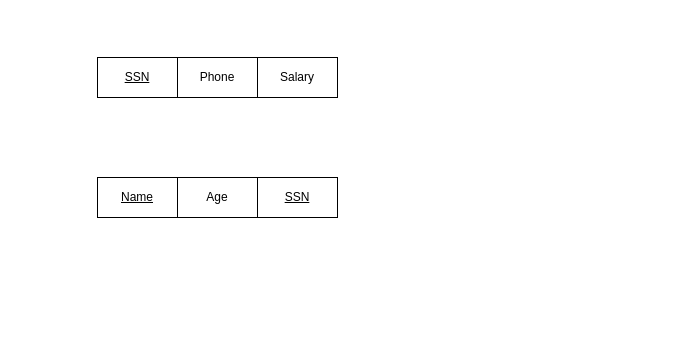
Above: fkpktk/bai1sql_b.drawio in frozenproof/dactaphanmem (draw.io), before the change. Source tidied: cells renumbered, new cells numbered last; positions are measured from the earlier drawing's top-left corner, leaving out a move shared by most shapes. Both pictures are drawn from the tidied source at 100%, with x=0, y=0 at pixel (97, 57).
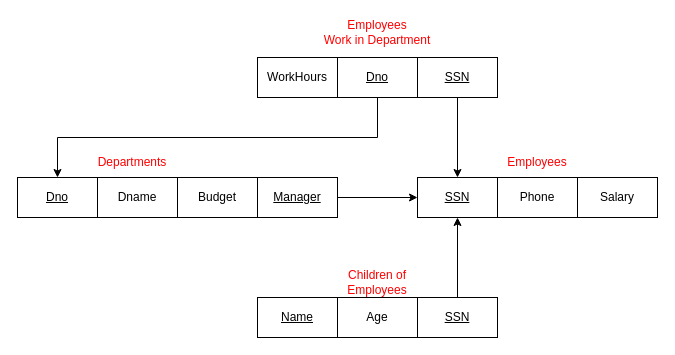
After the change.

The edit, as a diff of the source:
```diff
@@
     <mxCell id="2" value="SSN" style="rounded=0;whiteSpace=wrap;html=1;fontStyle=4;" parent="1" vertex="1">
-      <mxGeometry width="80" height="40" as="geometry" />
+      <mxGeometry x="320" y="120" width="80" height="40" as="geometry" />
     </mxCell>
     <mxCell id="3" value="Phone" style="rounded=0;whiteSpace=wrap;html=1;" parent="1" vertex="1">
-      <mxGeometry x="80" width="80" height="40" as="geometry" />
+      <mxGeometry x="400" y="120" width="80" height="40" as="geometry" />
     </mxCell>
     <mxCell id="4" value="Salary" style="rounded=0;whiteSpace=wrap;html=1;" parent="1" vertex="1">
-      <mxGeometry x="160" width="80" height="40" as="geometry" />
+      <mxGeometry x="480" y="120" width="80" height="40" as="geometry" />
     </mxCell>
     <mxCell id="5" value="Name" style="rounded=0;whiteSpace=wrap;html=1;fontStyle=4;" parent="1" vertex="1">
-      <mxGeometry y="120" width="80" height="40" as="geometry" />
+      <mxGeometry x="160" y="240" width="80" height="40" as="geometry" />
     </mxCell>
     <mxCell id="6" value="Age" style="rounded=0;whiteSpace=wrap;html=1;" parent="1" vertex="1">
-      <mxGeometry x="80" y="120" width="80" height="40" as="geometry" />
+      <mxGeometry x="240" y="240" width="80" height="40" as="geometry" />
     </mxCell>
+    <mxCell id="8" style="edgeStyle=orthogonalEdgeStyle;rounded=0;jettySize=auto;html=1;entryX=0.5;entryY=1;entryDx=0;entryDy=0;" parent="1" edge="1" source="7" target="2">
+      <mxGeometry relative="1" as="geometry">
+        <Array as="points">
+          <mxPoint x="360" y="240" />
+          <mxPoint x="360" y="240" />
+        </Array>
+      </mxGeometry>
+    </mxCell>
     <mxCell id="7" value="SSN" style="rounded=0;whiteSpace=wrap;html=1;fontStyle=4;" parent="1" vertex="1">
-      <mxGeometry x="160" y="120" width="80" height="40" as="geometry" />
+      <mxGeometry x="320" y="240" width="80" height="40" as="geometry" />
     </mxCell>
+    <mxCell id="9" style="edgeStyle=orthogonalEdgeStyle;rounded=0;jettySize=auto;html=1;" parent="1" edge="1" source="10" target="2">
+      <mxGeometry relative="1" as="geometry" />
+    </mxCell>
+    <mxCell id="10" value="SSN" style="rounded=0;whiteSpace=wrap;html=1;fontStyle=4;" parent="1" vertex="1">
+      <mxGeometry x="320" width="80" height="40" as="geometry" />
+    </mxCell>
+    <mxCell id="11" style="edgeStyle=orthogonalEdgeStyle;rounded=0;jettySize=auto;html=1;" parent="1" edge="1" source="12" target="17">
+      <mxGeometry relative="1" as="geometry">
+        <Array as="points">
+          <mxPoint x="280" y="80" />
+          <mxPoint x="-40" y="80" />
+        </Array>
+      </mxGeometry>
+    </mxCell>
+    <mxCell id="12" value="Dno" style="rounded=0;whiteSpace=wrap;html=1;fontStyle=4;" parent="1" vertex="1">
+      <mxGeometry x="240" width="80" height="40" as="geometry" />
+    </mxCell>
+    <mxCell id="13" value="WorkHours" style="rounded=0;whiteSpace=wrap;html=1;fontStyle=0;" parent="1" vertex="1">
+      <mxGeometry x="160" width="80" height="40" as="geometry" />
+    </mxCell>
+    <mxCell id="14" value="Children of Employees" style="text;html=1;strokeColor=none;fillColor=none;align=center;verticalAlign=middle;whiteSpace=wrap;rounded=0;fontColor=#FF0000;" parent="1" vertex="1">
+      <mxGeometry x="240" y="210" width="80" height="30" as="geometry" />
+    </mxCell>
+    <mxCell id="15" value="Employees" style="text;html=1;strokeColor=none;fillColor=none;align=center;verticalAlign=middle;whiteSpace=wrap;rounded=0;fontColor=#FF0000;" parent="1" vertex="1">
+      <mxGeometry x="405" y="90" width="70" height="30" as="geometry" />
+    </mxCell>
+    <mxCell id="16" value="Employees&lt;br style=&quot;border-color: var(--border-color);&quot;&gt;Work in Department" style="text;html=1;strokeColor=none;fillColor=none;align=center;verticalAlign=middle;whiteSpace=wrap;rounded=0;fontColor=#FF0000;" parent="1" vertex="1">
+      <mxGeometry x="220" y="-40" width="120" height="30" as="geometry" />
+    </mxCell>
+    <mxCell id="17" value="Dno" style="rounded=0;whiteSpace=wrap;html=1;fontStyle=4;" parent="1" vertex="1">
+      <mxGeometry x="-80" y="120" width="80" height="40" as="geometry" />
+    </mxCell>
+    <mxCell id="18" value="Dname" style="rounded=0;whiteSpace=wrap;html=1;" parent="1" vertex="1">
+      <mxGeometry y="120" width="80" height="40" as="geometry" />
+    </mxCell>
+    <mxCell id="19" value="Budget" style="rounded=0;whiteSpace=wrap;html=1;" parent="1" vertex="1">
+      <mxGeometry x="80" y="120" width="80" height="40" as="geometry" />
+    </mxCell>
+    <mxCell id="20" value="Departments" style="text;html=1;strokeColor=none;fillColor=none;align=center;verticalAlign=middle;whiteSpace=wrap;rounded=0;fontColor=#FF0000;" parent="1" vertex="1">
+      <mxGeometry y="90" width="70" height="30" as="geometry" />
+    </mxCell>
+    <mxCell id="21" style="edgeStyle=orthogonalEdgeStyle;rounded=0;jettySize=auto;html=1;" parent="1" edge="1" source="22" target="2">
+      <mxGeometry relative="1" as="geometry" />
+    </mxCell>
+    <mxCell id="22" value="Manager" style="rounded=0;whiteSpace=wrap;html=1;fontStyle=4;" parent="1" vertex="1">
+      <mxGeometry x="160" y="120" width="80" height="40" as="geometry" />
+    </mxCell>
```
